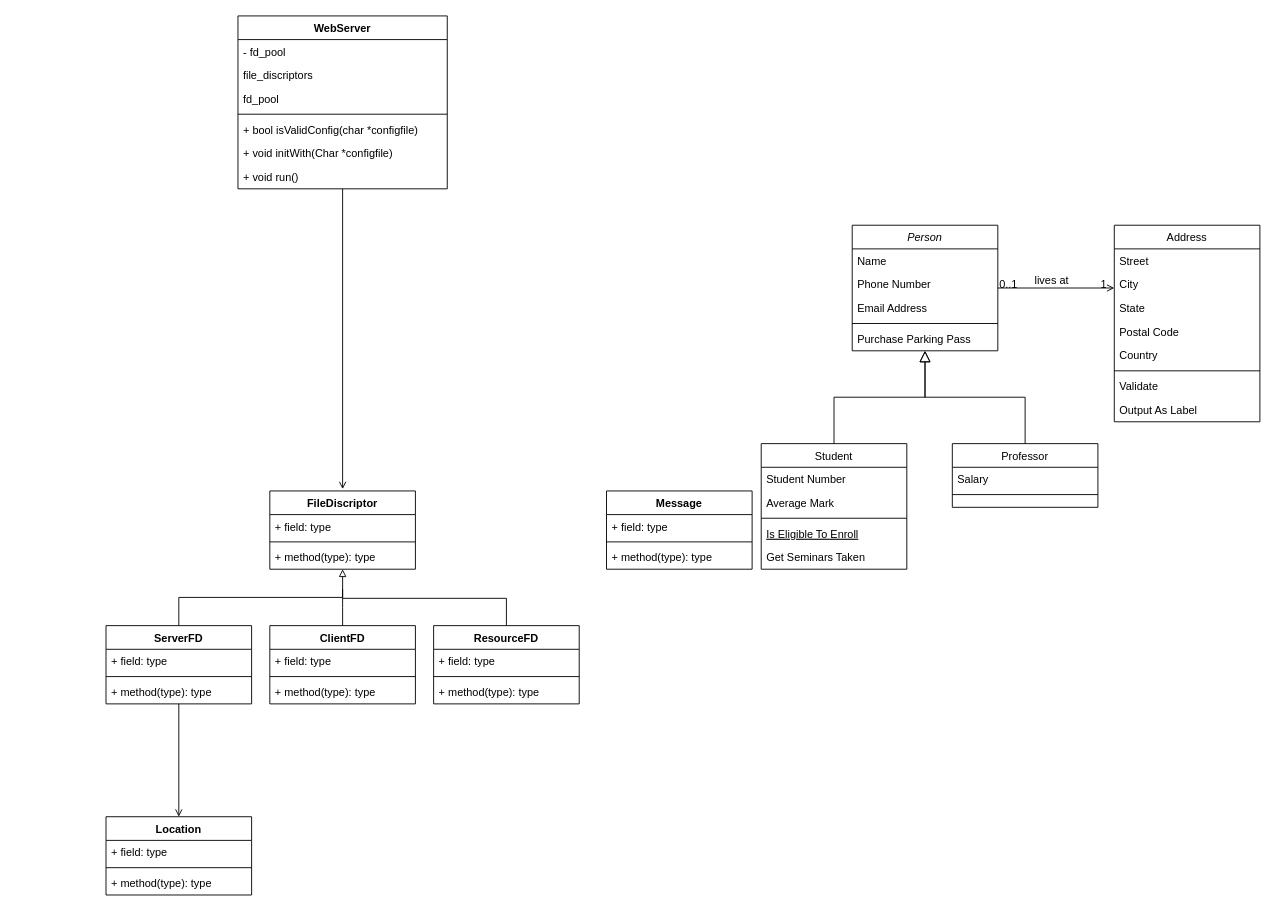
Before: doc/Untitled Diagram.drawio in Likilee/webserv, a draw.io diagram. Source tidied: cells renumbered, new cells numbered last; positions are measured from the earlier drawing's top-left corner, leaving out a move shared by most shapes. Both pictures are drawn from the tidied source at 91%, with x=0, y=0 at pixel (106, 15).
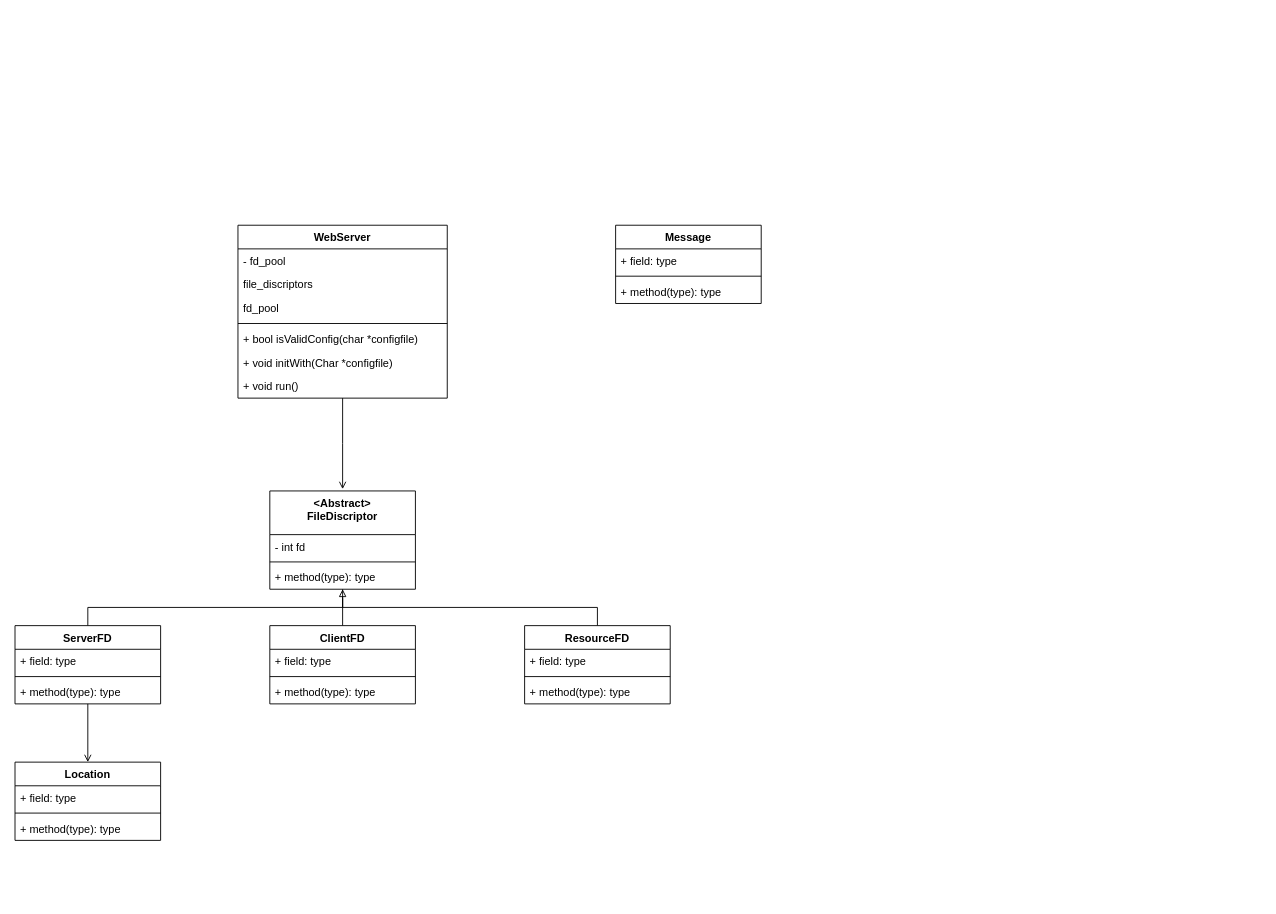
The same page after the edit.

What changed in the source:
```diff
@@
-    <mxCell id="2" value="Person" style="swimlane;fontStyle=2;align=center;verticalAlign=top;horizontal=1;startSize=26;rounded=0;shadow=0;strokeWidth=1;" parent="1" vertex="1">
-      <mxGeometry x="820" y="230" width="160" height="138" as="geometry" />
-    </mxCell>
-    <mxCell id="3" value="Name" style="text;align=left;verticalAlign=top;spacingLeft=4;spacingRight=4;overflow=hidden;" parent="2" vertex="1">
-      <mxGeometry y="26" width="160" height="26" as="geometry" />
-    </mxCell>
-    <mxCell id="4" value="Phone Number" style="text;align=left;verticalAlign=top;spacingLeft=4;spacingRight=4;overflow=hidden;rounded=0;shadow=0;html=0;" parent="2" vertex="1">
-      <mxGeometry y="52" width="160" height="26" as="geometry" />
-    </mxCell>
-    <mxCell id="5" value="Email Address" style="text;align=left;verticalAlign=top;spacingLeft=4;spacingRight=4;overflow=hidden;rounded=0;shadow=0;html=0;" parent="2" vertex="1">
-      <mxGeometry y="78" width="160" height="26" as="geometry" />
-    </mxCell>
-    <mxCell id="6" style="line;html=1;strokeWidth=1;align=left;verticalAlign=middle;spacingTop=-1;spacingLeft=3;spacingRight=3;labelPosition=right;" parent="2" vertex="1">
-      <mxGeometry y="104" width="160" height="8" as="geometry" />
-    </mxCell>
-    <mxCell id="7" value="Purchase Parking Pass" style="text;align=left;verticalAlign=top;spacingLeft=4;spacingRight=4;overflow=hidden;" parent="2" vertex="1">
-      <mxGeometry y="112" width="160" height="26" as="geometry" />
-    </mxCell>
-    <mxCell id="8" value="Student" style="swimlane;fontStyle=0;align=center;verticalAlign=top;horizontal=1;startSize=26;rounded=0;shadow=0;strokeWidth=1;" parent="1" vertex="1">
-      <mxGeometry x="720" y="470" width="160" height="138" as="geometry" />
-    </mxCell>
-    <mxCell id="9" value="Student Number" style="text;align=left;verticalAlign=top;spacingLeft=4;spacingRight=4;overflow=hidden;" parent="8" vertex="1">
-      <mxGeometry y="26" width="160" height="26" as="geometry" />
-    </mxCell>
-    <mxCell id="10" value="Average Mark" style="text;align=left;verticalAlign=top;spacingLeft=4;spacingRight=4;overflow=hidden;rounded=0;shadow=0;html=0;" parent="8" vertex="1">
-      <mxGeometry y="52" width="160" height="26" as="geometry" />
-    </mxCell>
-    <mxCell id="11" style="line;html=1;strokeWidth=1;align=left;verticalAlign=middle;spacingTop=-1;spacingLeft=3;spacingRight=3;labelPosition=right;" parent="8" vertex="1">
-      <mxGeometry y="78" width="160" height="8" as="geometry" />
-    </mxCell>
-    <mxCell id="12" value="Is Eligible To Enroll" style="text;align=left;verticalAlign=top;spacingLeft=4;spacingRight=4;overflow=hidden;fontStyle=4;" parent="8" vertex="1">
-      <mxGeometry y="86" width="160" height="26" as="geometry" />
-    </mxCell>
-    <mxCell id="13" value="Get Seminars Taken" style="text;align=left;verticalAlign=top;spacingLeft=4;spacingRight=4;overflow=hidden;" parent="8" vertex="1">
-      <mxGeometry y="112" width="160" height="26" as="geometry" />
-    </mxCell>
-    <mxCell id="14" style="endArrow=block;endSize=10;endFill=0;shadow=0;strokeWidth=1;rounded=0;edgeStyle=elbowEdgeStyle;elbow=vertical;" parent="1" edge="1" source="8" target="2">
-      <mxGeometry relative="1" as="geometry" />
-    </mxCell>
-    <mxCell id="15" value="Professor" style="swimlane;fontStyle=0;align=center;verticalAlign=top;horizontal=1;startSize=26;rounded=0;shadow=0;strokeWidth=1;" parent="1" vertex="1">
-      <mxGeometry x="930" y="470" width="160" height="70" as="geometry" />
-    </mxCell>
-    <mxCell id="16" value="Salary" style="text;align=left;verticalAlign=top;spacingLeft=4;spacingRight=4;overflow=hidden;" parent="15" vertex="1">
-      <mxGeometry y="26" width="160" height="26" as="geometry" />
-    </mxCell>
-    <mxCell id="17" style="line;html=1;strokeWidth=1;align=left;verticalAlign=middle;spacingTop=-1;spacingLeft=3;spacingRight=3;labelPosition=right;" parent="15" vertex="1">
-      <mxGeometry y="52" width="160" height="8" as="geometry" />
-    </mxCell>
-    <mxCell id="18" style="endArrow=block;endSize=10;endFill=0;shadow=0;strokeWidth=1;rounded=0;edgeStyle=elbowEdgeStyle;elbow=vertical;" parent="1" edge="1" source="15" target="2">
-      <mxGeometry relative="1" as="geometry" />
-    </mxCell>
-    <mxCell id="19" value="Address" style="swimlane;fontStyle=0;align=center;verticalAlign=top;horizontal=1;startSize=26;rounded=0;shadow=0;strokeWidth=1;" parent="1" vertex="1">
-      <mxGeometry x="1108" y="230" width="160" height="216" as="geometry" />
-    </mxCell>
-    <mxCell id="20" value="Street" style="text;align=left;verticalAlign=top;spacingLeft=4;spacingRight=4;overflow=hidden;" parent="19" vertex="1">
-      <mxGeometry y="26" width="160" height="26" as="geometry" />
-    </mxCell>
-    <mxCell id="21" value="City" style="text;align=left;verticalAlign=top;spacingLeft=4;spacingRight=4;overflow=hidden;rounded=0;shadow=0;html=0;" parent="19" vertex="1">
-      <mxGeometry y="52" width="160" height="26" as="geometry" />
-    </mxCell>
-    <mxCell id="22" value="State" style="text;align=left;verticalAlign=top;spacingLeft=4;spacingRight=4;overflow=hidden;rounded=0;shadow=0;html=0;" parent="19" vertex="1">
-      <mxGeometry y="78" width="160" height="26" as="geometry" />
-    </mxCell>
-    <mxCell id="23" value="Postal Code" style="text;align=left;verticalAlign=top;spacingLeft=4;spacingRight=4;overflow=hidden;rounded=0;shadow=0;html=0;" parent="19" vertex="1">
-      <mxGeometry y="104" width="160" height="26" as="geometry" />
-    </mxCell>
-    <mxCell id="24" value="Country" style="text;align=left;verticalAlign=top;spacingLeft=4;spacingRight=4;overflow=hidden;rounded=0;shadow=0;html=0;" parent="19" vertex="1">
-      <mxGeometry y="130" width="160" height="26" as="geometry" />
-    </mxCell>
-    <mxCell id="25" style="line;html=1;strokeWidth=1;align=left;verticalAlign=middle;spacingTop=-1;spacingLeft=3;spacingRight=3;labelPosition=right;" parent="19" vertex="1">
-      <mxGeometry y="156" width="160" height="8" as="geometry" />
-    </mxCell>
-    <mxCell id="26" value="Validate" style="text;align=left;verticalAlign=top;spacingLeft=4;spacingRight=4;overflow=hidden;" parent="19" vertex="1">
-      <mxGeometry y="164" width="160" height="26" as="geometry" />
-    </mxCell>
-    <mxCell id="27" value="Output As Label" style="text;align=left;verticalAlign=top;spacingLeft=4;spacingRight=4;overflow=hidden;" parent="19" vertex="1">
-      <mxGeometry y="190" width="160" height="26" as="geometry" />
-    </mxCell>
-    <mxCell id="28" style="endArrow=open;shadow=0;strokeWidth=1;rounded=0;endFill=1;edgeStyle=elbowEdgeStyle;elbow=vertical;" parent="1" edge="1" source="2" target="19">
-      <mxGeometry x="0.5" y="41" relative="1" as="geometry">
-        <mxPoint x="-40" y="32" as="offset" />
-      </mxGeometry>
-    </mxCell>
-    <mxCell id="29" value="0..1" style="align=left;verticalAlign=bottom;labelBackgroundColor=none;fontSize=12;" parent="28" vertex="1">
-      <mxGeometry x="-1" relative="1" as="geometry">
-        <mxPoint y="4" as="offset" />
-      </mxGeometry>
-    </mxCell>
-    <mxCell id="30" value="1" style="align=right;verticalAlign=bottom;labelBackgroundColor=none;fontSize=12;" parent="28" vertex="1">
-      <mxGeometry x="1" relative="1" as="geometry">
-        <mxPoint x="-7" y="4" as="offset" />
-      </mxGeometry>
-    </mxCell>
-    <mxCell id="31" value="lives at" style="text;html=1;align=center;verticalAlign=middle;labelBackgroundColor=none;rounded=0;shadow=0;strokeWidth=1;fontSize=12;" parent="28" vertex="1">
-      <mxGeometry x="0.5" y="49" relative="1" as="geometry">
-        <mxPoint x="-38" y="40" as="offset" />
-      </mxGeometry>
-    </mxCell>
@@
     <mxCell id="33" value="WebServer" style="swimlane;fontStyle=1;align=center;verticalAlign=top;horizontal=1;startSize=26;" parent="1" vertex="1">
-      <mxGeometry x="145" width="230" height="190" as="geometry" />
+      <mxGeometry x="145" y="230" width="230" height="190" as="geometry" />
     </mxCell>
@@
-    <mxCell id="41" value="FileDiscriptor" style="swimlane;fontStyle=1;align=center;verticalAlign=top;horizontal=1;startSize=26;" parent="1" vertex="1">
-      <mxGeometry x="180" y="522" width="160" height="86" as="geometry" />
+    <mxCell id="41" value="&lt;Abstract&gt;&#10;FileDiscriptor" style="swimlane;fontStyle=1;align=center;verticalAlign=top;horizontal=1;startSize=48;" parent="1" vertex="1">
+      <mxGeometry x="180" y="522" width="160" height="108" as="geometry" />
     </mxCell>
-    <mxCell id="42" value="+ field: type" style="text;strokeColor=none;fillColor=none;align=left;verticalAlign=top;spacingLeft=4;spacingRight=4;overflow=hidden;" parent="41" vertex="1">
-      <mxGeometry y="26" width="160" height="26" as="geometry" />
+    <mxCell id="42" value="- int fd" style="text;strokeColor=none;fillColor=none;align=left;verticalAlign=top;spacingLeft=4;spacingRight=4;overflow=hidden;" parent="41" vertex="1">
+      <mxGeometry y="48" width="160" height="26" as="geometry" />
     </mxCell>
     <mxCell id="43" style="line;strokeWidth=1;fillColor=none;align=left;verticalAlign=middle;spacingTop=-1;spacingLeft=3;spacingRight=3;labelPosition=right;" parent="41" vertex="1">
-      <mxGeometry y="52" width="160" height="8" as="geometry" />
+      <mxGeometry y="74" width="160" height="8" as="geometry" />
     </mxCell>
     <mxCell id="44" value="+ method(type): type" style="text;strokeColor=none;fillColor=none;align=left;verticalAlign=top;spacingLeft=4;spacingRight=4;overflow=hidden;" parent="41" vertex="1">
-      <mxGeometry y="60" width="160" height="26" as="geometry" />
+      <mxGeometry y="82" width="160" height="26" as="geometry" />
     </mxCell>
@@
     <mxCell id="47" value="ServerFD" style="swimlane;fontStyle=1;align=center;verticalAlign=top;horizontal=1;startSize=26;" parent="1" vertex="1">
-      <mxGeometry y="670" width="160" height="86" as="geometry" />
+      <mxGeometry x="-100" y="670" width="160" height="86" as="geometry" />
     </mxCell>
@@
     <mxCell id="56" style="edgeStyle=orthogonalEdgeStyle;rounded=0;jettySize=auto;html=1;exitX=0.5;exitY=0;exitDx=0;exitDy=0;endArrow=none;endFill=0;" parent="1" edge="1" source="57">
       <mxGeometry relative="1" as="geometry">
         <mxPoint x="260" y="640" as="targetPoint" />
         <Array as="points">
-          <mxPoint x="440" y="640" />
+          <mxPoint x="540" y="650" />
+          <mxPoint x="260" y="650" />
         </Array>
       </mxGeometry>
     </mxCell>
     <mxCell id="57" value="ResourceFD" style="swimlane;fontStyle=1;align=center;verticalAlign=top;horizontal=1;startSize=26;" parent="1" vertex="1">
-      <mxGeometry x="360" y="670" width="160" height="86" as="geometry" />
+      <mxGeometry x="460" y="670" width="160" height="86" as="geometry" />
     </mxCell>
@@
     <mxCell id="61" value="Location" style="swimlane;fontStyle=1;align=center;verticalAlign=top;horizontal=1;startSize=26;" parent="1" vertex="1">
-      <mxGeometry y="880" width="160" height="86" as="geometry" />
+      <mxGeometry x="-100" y="820" width="160" height="86" as="geometry" />
     </mxCell>
@@
     <mxCell id="65" value="Message" style="swimlane;fontStyle=1;align=center;verticalAlign=top;horizontal=1;startSize=26;" parent="1" vertex="1">
-      <mxGeometry x="550" y="522" width="160" height="86" as="geometry" />
+      <mxGeometry x="560" y="230" width="160" height="86" as="geometry" />
     </mxCell>
```
